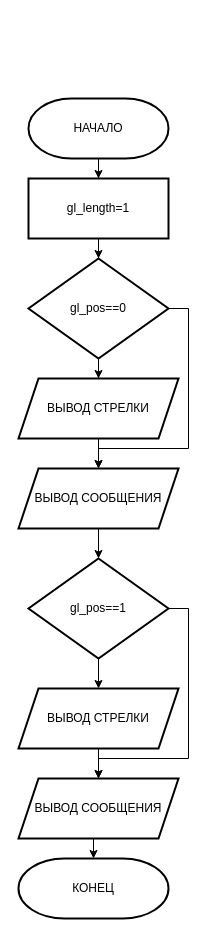
This is func_menu.drawio from GSQV/Block-shemes2, a draw.io file, before an edit. Source tidied: cells renumbered, new cells numbered last; positions are measured from the earlier drawing's top-left corner, leaving out a move shared by most shapes. Both pictures are drawn from the tidied source at 100%, with x=0, y=0 at pixel (18, 98).
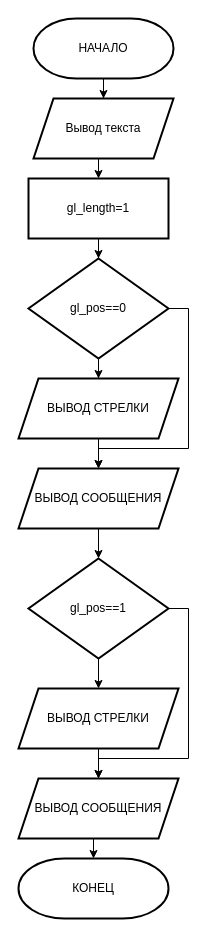
After the change.

The change refers to these unchanged cells:
```xml
<mxCell id="5" value="gl_length=1" style="whiteSpace=wrap;html=1;strokeWidth=2;" parent="1" vertex="1">
  <mxGeometry x="10" y="80" width="140" height="60" as="geometry" />
</mxCell>
```

What changed in the source:
```diff
@@
-    <mxCell id="2" style="edgeStyle=orthogonalEdgeStyle;rounded=0;jettySize=auto;html=1;" parent="1" edge="1" source="3" target="5">
-      <mxGeometry relative="1" as="geometry" />
-    </mxCell>
+    <mxCell id="22" style="edgeStyle=orthogonalEdgeStyle;rounded=0;jettySize=auto;html=1;" parent="1" edge="1" source="3" target="24">
+      <mxGeometry relative="1" as="geometry" />
+    </mxCell>
     <mxCell id="3" value="НАЧАЛО" style="strokeWidth=2;html=1;shape=mxgraph.flowchart.terminator;whiteSpace=wrap;" parent="1" vertex="1">
-      <mxGeometry x="10" width="140" height="60" as="geometry" />
+      <mxGeometry x="15" y="-80" width="140" height="60" as="geometry" />
     </mxCell>
@@
+    <mxCell id="23" style="edgeStyle=orthogonalEdgeStyle;rounded=0;jettySize=auto;html=1;exitX=0.5;exitY=1;exitDx=0;exitDy=0;entryX=0.5;entryY=0;entryDx=0;entryDy=0;" parent="1" edge="1" source="24" target="5">
+      <mxGeometry relative="1" as="geometry" />
+    </mxCell>
+    <mxCell id="24" value="Вывод текста" style="shape=parallelogram;perimeter=parallelogramPerimeter;whiteSpace=wrap;html=1;fixedSize=1;strokeWidth=2;" parent="1" vertex="1">
+      <mxGeometry x="15" width="140" height="60" as="geometry" />
+    </mxCell>
```
